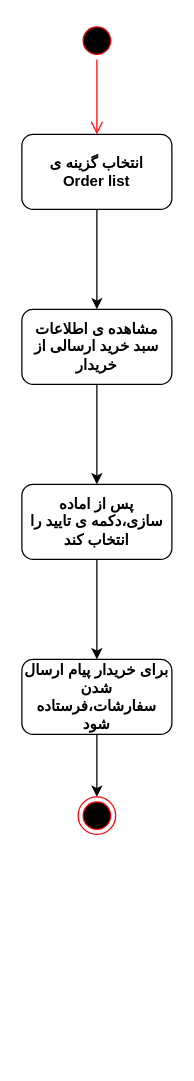
marketplus95/marketplus95 keeps this draw.io diagram as Order List Activity Diagram.drawio. Above is the earlier version. Source tidied: cells renumbered, new cells numbered last; positions are measured from the earlier drawing's top-left corner, leaving out a move shared by most shapes. Both pictures are drawn from the tidied source at 125%, with x=0, y=0 at pixel (21, 21).
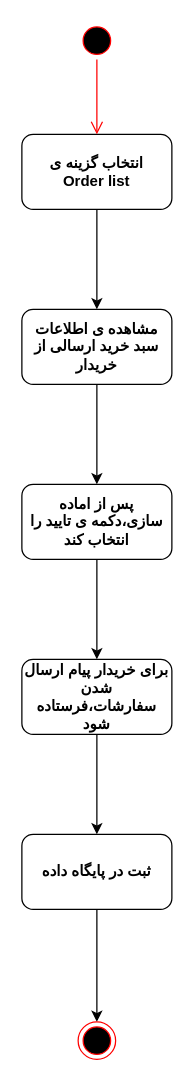
The same page after the edit.

Diff of the diagram source:
```diff
@@
 <mxGraphModel>
   <root>
     <mxCell id="0" />
     <mxCell id="1" parent="0" />
     <mxCell id="2" style="edgeStyle=orthogonalEdgeStyle;rounded=0;jettySize=auto;html=1;" parent="1" edge="1" source="3" target="5">
       <mxGeometry relative="1" as="geometry" />
     </mxCell>
     <mxCell id="3" value="&lt;div&gt;&lt;b&gt;انتخاب گزینه ی&lt;/b&gt;&lt;/div&gt;&lt;div&gt;&lt;b&gt;Order list&lt;/b&gt;&lt;br&gt;&lt;/div&gt;" style="rounded=1;whiteSpace=wrap;html=1;" parent="1" vertex="1">
       <mxGeometry y="90" width="120" height="60" as="geometry" />
     </mxCell>
     <mxCell id="4" style="edgeStyle=orthogonalEdgeStyle;rounded=0;jettySize=auto;html=1;" parent="1" edge="1" source="5" target="7">
       <mxGeometry relative="1" as="geometry" />
     </mxCell>
     <mxCell id="5" value="&lt;b&gt;مشاهده ی اطلاعات سبد خرید ارسالی از خریدار&lt;/b&gt;" style="rounded=1;whiteSpace=wrap;html=1;" parent="1" vertex="1">
       <mxGeometry y="230" width="120" height="60" as="geometry" />
     </mxCell>
     <mxCell id="6" style="edgeStyle=orthogonalEdgeStyle;rounded=0;jettySize=auto;html=1;" parent="1" edge="1" source="7" target="9">
       <mxGeometry relative="1" as="geometry" />
     </mxCell>
     <mxCell id="7" value="&lt;b&gt;پس از اماده سازی،دکمه ی تایید را انتخاب کند&lt;/b&gt;" style="rounded=1;whiteSpace=wrap;html=1;" parent="1" vertex="1">
       <mxGeometry y="370" width="120" height="60" as="geometry" />
     </mxCell>
-    <mxCell id="8" style="edgeStyle=orthogonalEdgeStyle;rounded=0;jettySize=auto;html=1;entryX=0.5;entryY=0;entryDx=0;entryDy=0;" parent="1" edge="1" source="9" target="12">
-      <mxGeometry relative="1" as="geometry" />
-    </mxCell>
+    <mxCell id="13" style="edgeStyle=orthogonalEdgeStyle;rounded=0;jettySize=auto;html=1;" parent="1" edge="1" source="9" target="15">
+      <mxGeometry relative="1" as="geometry" />
+    </mxCell>
     <mxCell id="9" value="&lt;b&gt;برای خریدار پیام ارسال شدن سفارشات،فرستاده شود&lt;/b&gt;" style="rounded=1;whiteSpace=wrap;html=1;" parent="1" vertex="1">
       <mxGeometry y="510" width="120" height="60" as="geometry" />
     </mxCell>
+    <mxCell id="14" style="edgeStyle=orthogonalEdgeStyle;rounded=0;jettySize=auto;html=1;entryX=0.5;entryY=0;entryDx=0;entryDy=0;" parent="1" edge="1" source="15" target="12">
+      <mxGeometry relative="1" as="geometry" />
+    </mxCell>
+    <mxCell id="15" value="&lt;b&gt;ثبت در پایگاه داده&lt;/b&gt;" style="rounded=1;whiteSpace=wrap;html=1;" parent="1" vertex="1">
+      <mxGeometry y="650" width="120" height="60" as="geometry" />
+    </mxCell>
     <mxCell id="10" style="ellipse;html=1;shape=startState;fillColor=#000000;strokeColor=#ff0000;" parent="1" vertex="1">
       <mxGeometry x="45" width="30" height="30" as="geometry" />
     </mxCell>
     <mxCell id="11" style="edgeStyle=orthogonalEdgeStyle;html=1;verticalAlign=bottom;endArrow=open;endSize=8;strokeColor=#ff0000;" parent="1" edge="1" source="10">
       <mxGeometry relative="1" as="geometry">
         <mxPoint x="60" y="90" as="targetPoint" />
       </mxGeometry>
     </mxCell>
     <mxCell id="12" style="ellipse;html=1;shape=endState;fillColor=#000000;strokeColor=#ff0000;" parent="1" vertex="1">
-      <mxGeometry x="45" y="620" width="30" height="30" as="geometry" />
+      <mxGeometry x="45" y="800" width="30" height="30" as="geometry" />
     </mxCell>
   </root>
 </mxGraphModel>
```
